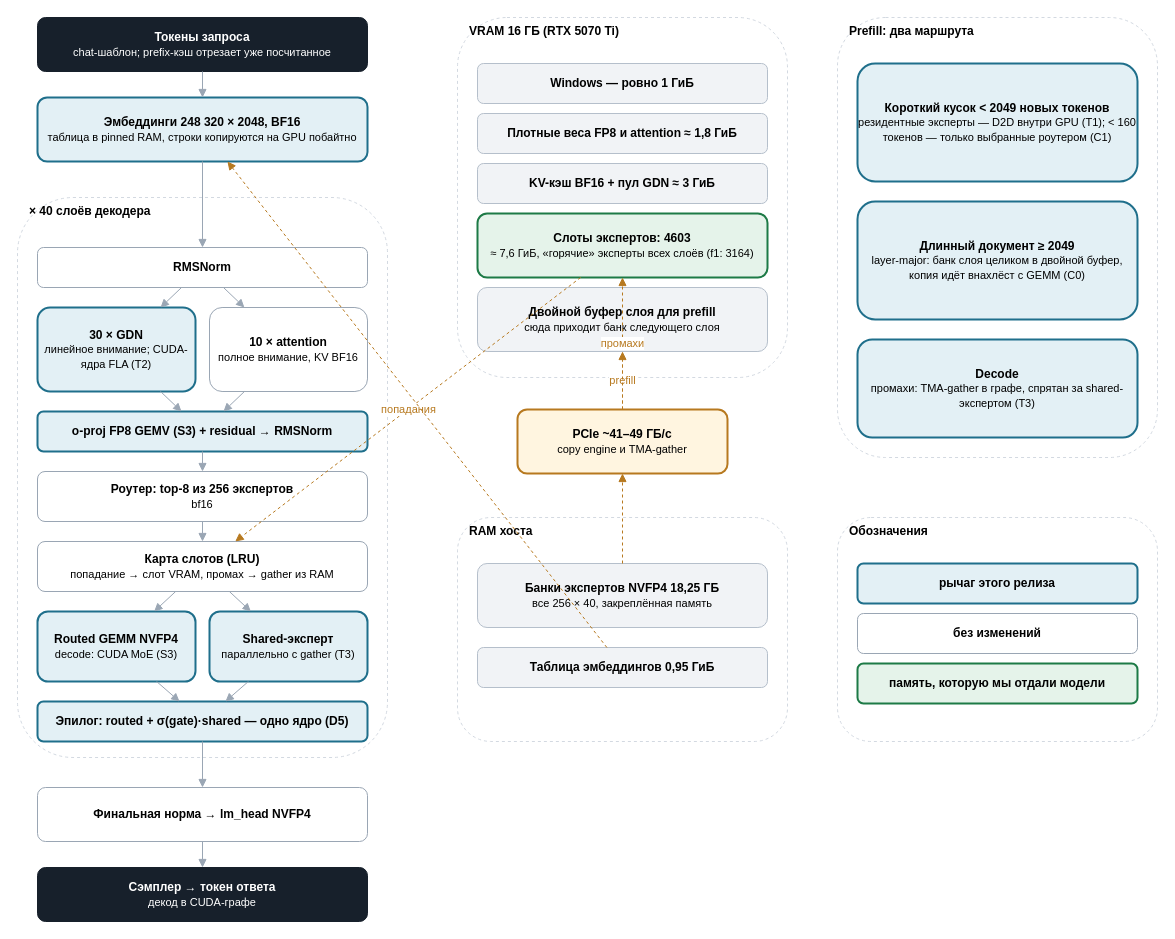
Earlier version of the draw.io diagram docs/model-blocks.drawio (SUKUNA-AI/qwen36-moe-16gb). Source tidied: cells renumbered, new cells numbered last; positions are measured from the earlier drawing's top-left corner, leaving out a move shared by most shapes. Both pictures are drawn from the tidied source at 100%, with x=0, y=0 at pixel (17, 17).
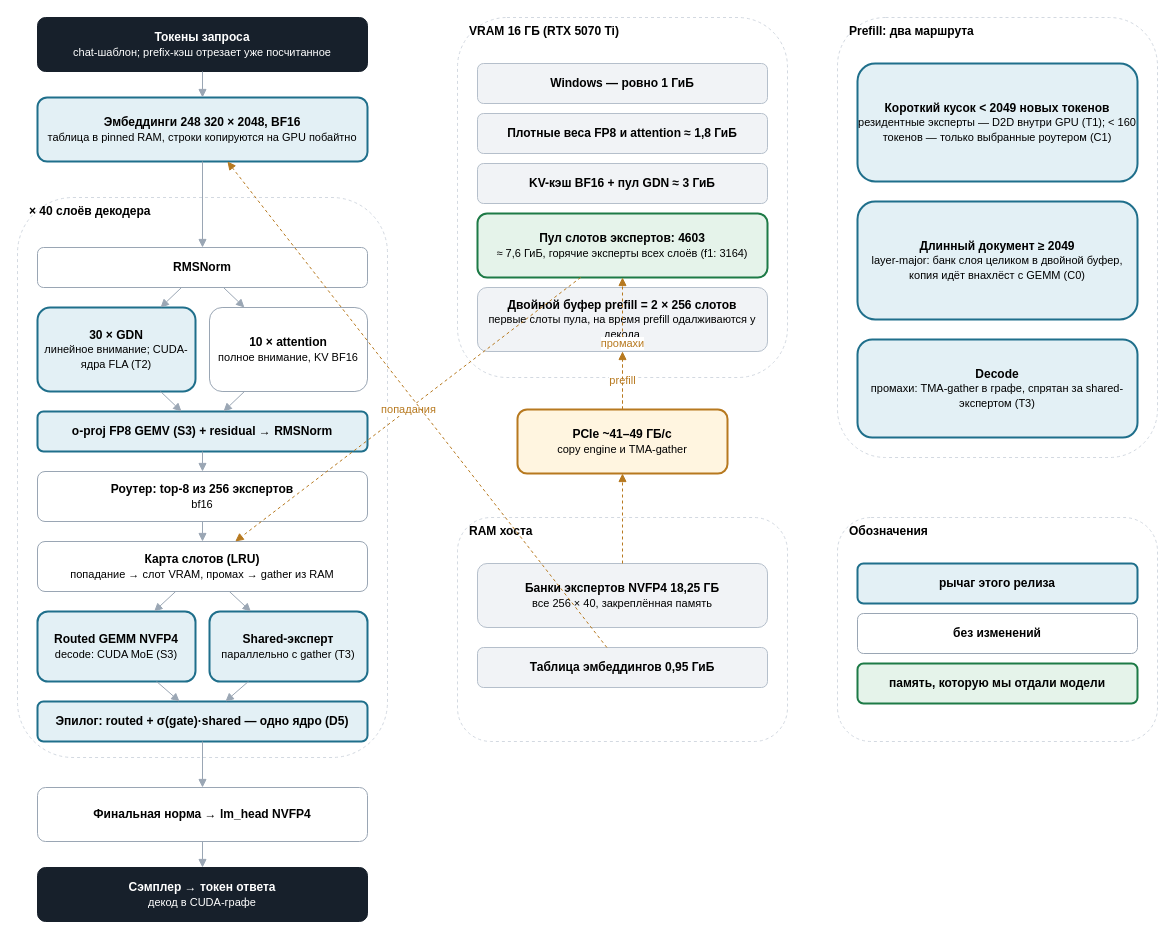
The same diagram, later.

Commit message (it also covers changes not shown here):
docs(diagram): the prefill double buffer is 2x256 slots of the same pool

The edit, as a diff of the source:
```diff
@@
-    <mxCell id="23" value="&lt;b&gt;Слоты экспертов: 4603&lt;/b&gt;&lt;br&gt;&lt;font style=&quot;font-size:11px&quot;&gt;≈ 7,6 ГиБ, «горячие» эксперты всех слоёв (f1: 3164)&lt;/font&gt;" style="rounded=1;whiteSpace=wrap;fillColor=#e5f3ea;strokeColor=#1d7a46;strokeWidth=2;html=1;" parent="1" vertex="1">
+    <mxCell id="23" value="&lt;b&gt;Пул слотов экспертов: 4603&lt;/b&gt;&lt;br&gt;&lt;font style=&quot;font-size:11px&quot;&gt;≈ 7,6 ГиБ, горячие эксперты всех слоёв (f1: 3164)&lt;/font&gt;" style="rounded=1;whiteSpace=wrap;fillColor=#e5f3ea;strokeColor=#1d7a46;strokeWidth=2;html=1;" parent="1" vertex="1">
       <mxGeometry x="460" y="196" width="290" height="64" as="geometry" />
     </mxCell>
-    <mxCell id="24" value="&lt;b&gt;Двойной буфер слоя для prefill&lt;/b&gt;&lt;br&gt;&lt;font style=&quot;font-size:11px&quot;&gt;сюда приходит банк следующего слоя&lt;/font&gt;" style="rounded=1;whiteSpace=wrap;fillColor=#f1f3f6;strokeColor=#b5bfcb;html=1;" parent="1" vertex="1">
+    <mxCell id="24" value="&lt;b&gt;Двойной буфер prefill = 2 × 256 слотов&lt;/b&gt;&lt;br&gt;&lt;font style=&quot;font-size:11px&quot;&gt;первые слоты пула, на время prefill одалживаются у декода&lt;/font&gt;" style="rounded=1;whiteSpace=wrap;fillColor=#f1f3f6;strokeColor=#b5bfcb;html=1;" parent="1" vertex="1">
       <mxGeometry x="460" y="270" width="290" height="64" as="geometry" />
     </mxCell>
```
